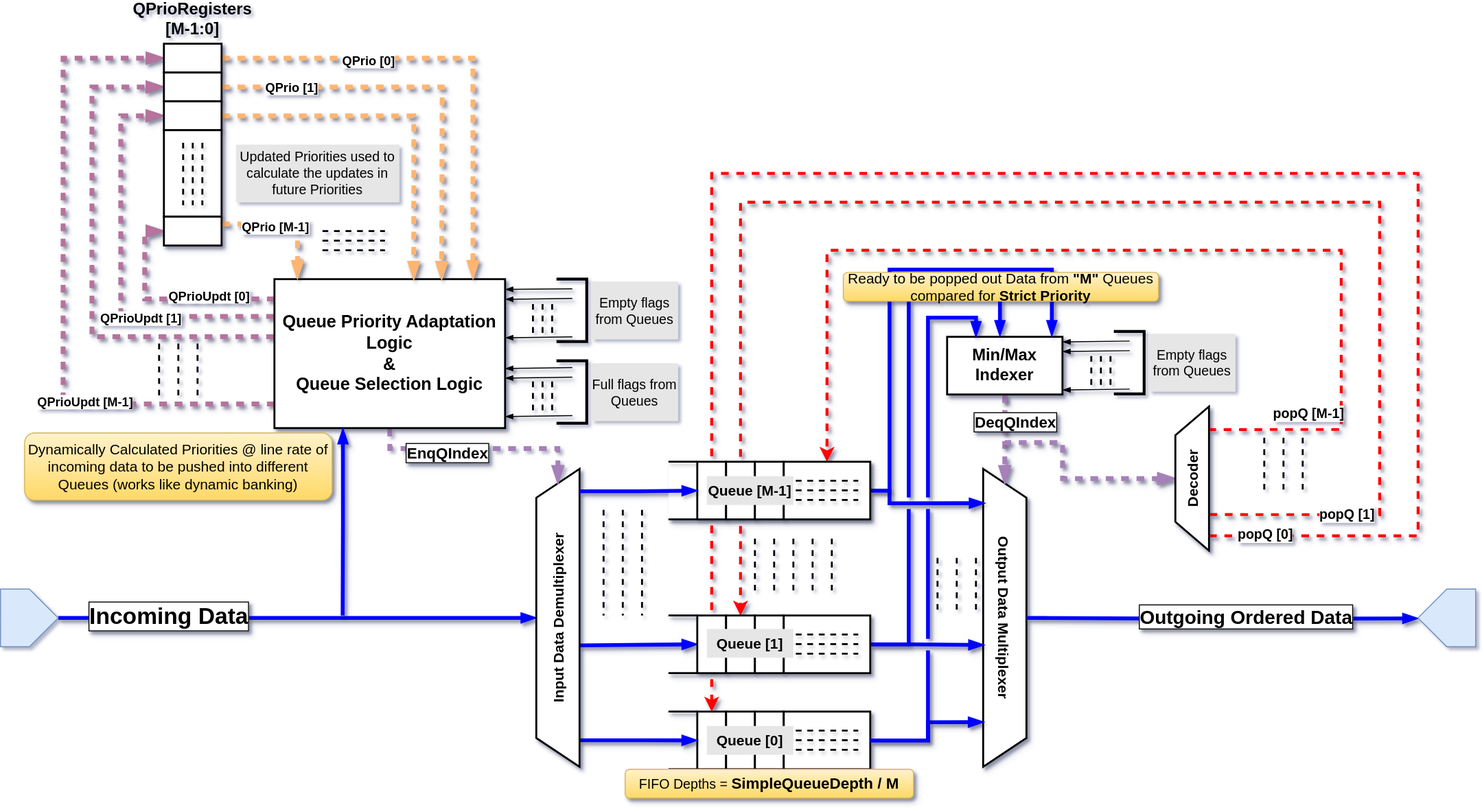
Before: sp-pifo/sp_pifo.svg, a diagram exported from draw.io (bhanupande/hwarch-tryouts). Source tidied: cells renumbered, new cells last; positions are measured from the earlier drawing's top-left corner, leaving out a move shared by most shapes.
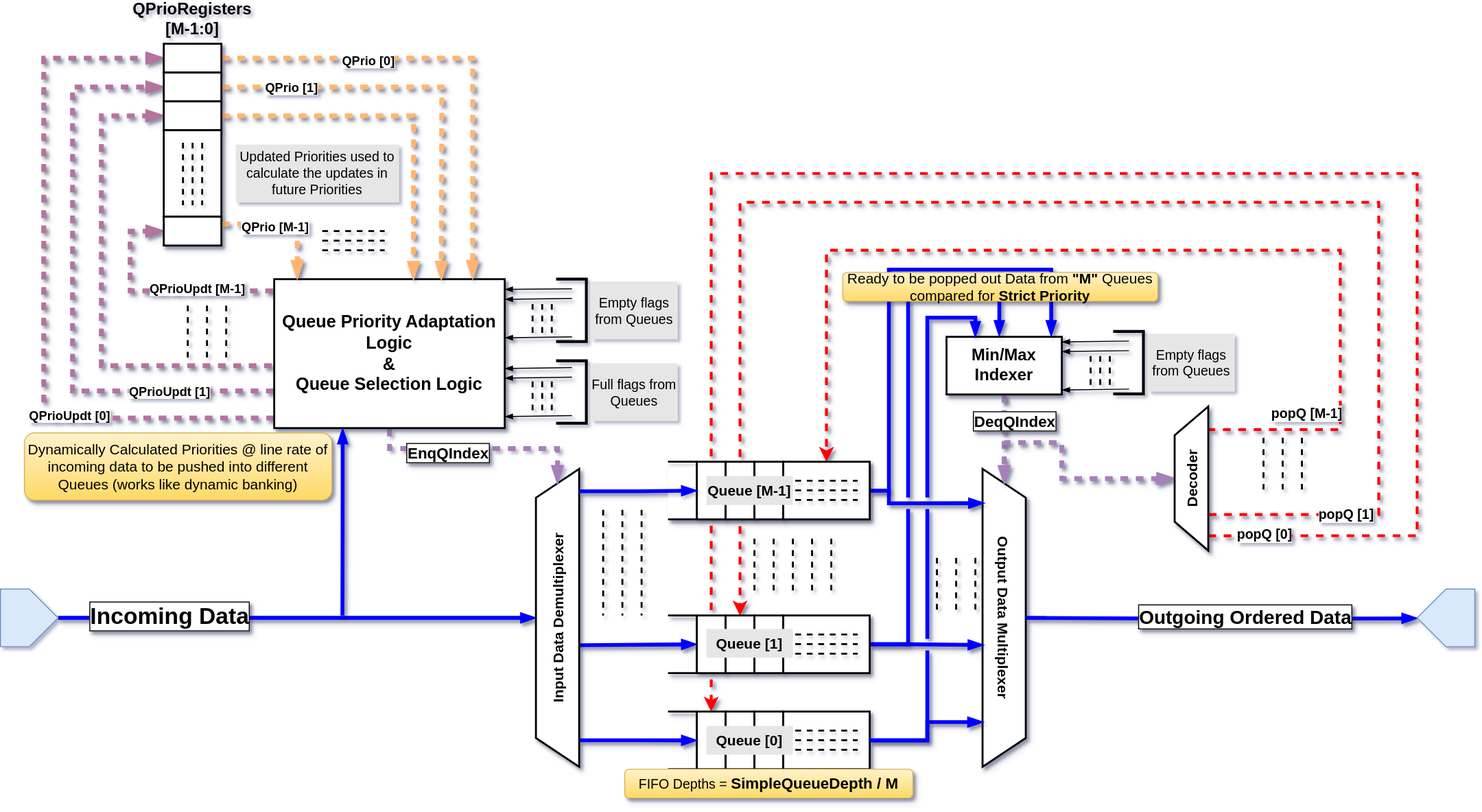
Later version of the same file.

Commit message:
Corrected figures

What changed in the source:
```diff
@@ -189,44 +189,50 @@
     <mxCell id="36" value="Input Data Demultiplexer" style="shape=trapezoid;perimeter=trapezoidPerimeter;whiteSpace=wrap;html=1;fixedSize=1;rotation=-90;size=30;shadow=1;fontSize=15;fontStyle=1;strokeWidth=2;" parent="1" vertex="1">
       <mxGeometry x="425" y="620" width="310" height="45" as="geometry" />
     </mxCell>
-    <mxCell id="37" style="edgeStyle=orthogonalEdgeStyle;rounded=0;jettySize=auto;html=1;exitX=0.003;exitY=0.133;exitDx=0;exitDy=0;entryX=0.5;entryY=1;entryDx=0;entryDy=0;exitPerimeter=0;endArrow=blockThin;endFill=1;strokeColor=#B5739D;strokeWidth=5;flowAnimation=1;shadow=1;" parent="1" edge="1" source="46" target="120">
-      <mxGeometry relative="1" as="geometry" />
+    <mxCell id="37" style="edgeStyle=orthogonalEdgeStyle;rounded=0;jettySize=auto;html=1;exitX=-0.003;exitY=0.079;exitDx=0;exitDy=0;entryX=0.5;entryY=1;entryDx=0;entryDy=0;exitPerimeter=0;endArrow=blockThin;endFill=1;strokeColor=#B5739D;strokeWidth=5;flowAnimation=1;shadow=1;" parent="1" edge="1" source="46" target="120">
+      <mxGeometry relative="1" as="geometry">
+        <Array as="points">
+          <mxPoint x="135" y="302" />
+          <mxPoint x="135" y="240" />
+        </Array>
+      </mxGeometry>
     </mxCell>
-    <mxCell id="38" value="&lt;b style=&quot;font-size: 13px;&quot;&gt;QPrioUpdt [0&lt;/b&gt;&lt;b style=&quot;background-color: light-dark(#ffffff, var(--ge-dark-color, #121212)); color: light-dark(rgb(0, 0, 0), rgb(255, 255, 255)); font-size: 13px;&quot;&gt;]&lt;/b&gt;" style="edgeLabel;html=1;align=center;verticalAlign=middle;" parent="37" vertex="1">
+    <mxCell id="38" value="&lt;b style=&quot;font-size: 13px;&quot;&gt;QPrioUpdt [M-1&lt;/b&gt;&lt;b style=&quot;background-color: light-dark(#ffffff, var(--ge-dark-color, #121212)); color: light-dark(rgb(0, 0, 0), rgb(255, 255, 255)); font-size: 13px;&quot;&gt;]&lt;/b&gt;" style="edgeLabel;html=1;align=center;verticalAlign=middle;" parent="37" vertex="1">
       <mxGeometry x="-0.04" relative="1" as="geometry">
         <mxPoint x="38" y="-3" as="offset" />
       </mxGeometry>
     </mxCell>
-    <mxCell id="39" style="edgeStyle=orthogonalEdgeStyle;rounded=0;jettySize=auto;html=1;exitX=0;exitY=0.25;exitDx=0;exitDy=0;entryX=0.5;entryY=1;entryDx=0;entryDy=0;endArrow=blockThin;endFill=1;strokeColor=#B5739D;strokeWidth=5;flowAnimation=1;shadow=1;" parent="1" edge="1" source="46" target="115">
+    <mxCell id="39" style="edgeStyle=orthogonalEdgeStyle;rounded=0;jettySize=auto;html=1;entryX=0.5;entryY=1;entryDx=0;entryDy=0;endArrow=blockThin;endFill=1;strokeColor=#B5739D;strokeWidth=5;flowAnimation=1;shadow=1;" parent="1" edge="1" target="115">
       <mxGeometry relative="1" as="geometry">
+        <mxPoint x="283" y="380" as="sourcePoint" />
         <Array as="points">
-          <mxPoint x="125" y="329" />
-          <mxPoint x="125" y="120" />
+          <mxPoint x="105" y="380" />
+          <mxPoint x="105" y="120" />
         </Array>
       </mxGeometry>
     </mxCell>
+    <mxCell id="41" style="edgeStyle=orthogonalEdgeStyle;rounded=0;jettySize=auto;html=1;exitX=0;exitY=0.75;exitDx=0;exitDy=0;entryX=0.5;entryY=1;entryDx=0;entryDy=0;endArrow=blockThin;endFill=1;strokeColor=#B5739D;strokeWidth=5;flowAnimation=1;shadow=1;" parent="1" edge="1" source="46" target="114">
+      <mxGeometry relative="1" as="geometry">
+        <Array as="points">
+          <mxPoint x="75" y="406" />
+          <mxPoint x="75" y="90" />
+        </Array>
+      </mxGeometry>
+    </mxCell>
-    <mxCell id="40" value="&lt;b style=&quot;font-size: 13px;&quot;&gt;QPrioUpdt [1]&lt;/b&gt;" style="edgeLabel;html=1;align=center;verticalAlign=middle;" parent="39" vertex="1">
-      <mxGeometry x="-0.51" y="-3" relative="1" as="geometry">
-        <mxPoint x="-38" y="4" as="offset" />
+    <mxCell id="40" value="&lt;b style=&quot;font-size: 13px;&quot;&gt;QPrioUpdt [1]&lt;/b&gt;" style="edgeLabel;html=1;align=center;verticalAlign=middle;" parent="41" vertex="1">
+      <mxGeometry x="-0.56" y="-2" relative="1" as="geometry">
+        <mxPoint x="28" y="2" as="offset" />
       </mxGeometry>
     </mxCell>
-    <mxCell id="41" style="edgeStyle=orthogonalEdgeStyle;rounded=0;jettySize=auto;html=1;exitX=0;exitY=0.386;exitDx=0;exitDy=0;entryX=0.5;entryY=1;entryDx=0;entryDy=0;exitPerimeter=0;endArrow=blockThin;endFill=1;strokeColor=#B5739D;strokeWidth=5;flowAnimation=1;shadow=1;" parent="1" edge="1" source="46" target="114">
-      <mxGeometry relative="1" as="geometry">
-        <Array as="points">
-          <mxPoint x="95" y="350" />
-          <mxPoint x="95" y="90" />
-        </Array>
-      </mxGeometry>
-    </mxCell>
-    <mxCell id="42" style="edgeStyle=orthogonalEdgeStyle;rounded=0;jettySize=auto;html=1;exitX=0.003;exitY=0.838;exitDx=0;exitDy=0;entryX=0.5;entryY=1;entryDx=0;entryDy=0;exitPerimeter=0;endArrow=blockThin;endFill=1;strokeColor=#B5739D;strokeWidth=5;flowAnimation=1;shadow=1;" parent="1" edge="1" source="46" target="113">
+    <mxCell id="42" style="edgeStyle=orthogonalEdgeStyle;rounded=0;jettySize=auto;html=1;exitX=0.001;exitY=0.932;exitDx=0;exitDy=0;entryX=0.5;entryY=1;entryDx=0;entryDy=0;exitPerimeter=0;endArrow=blockThin;endFill=1;strokeColor=#B5739D;strokeWidth=5;flowAnimation=1;shadow=1;" parent="1" edge="1" source="46" target="113">
       <mxGeometry relative="1" as="geometry">
         <Array as="points">
-          <mxPoint x="65" y="420" />
-          <mxPoint x="65" y="60" />
+          <mxPoint x="45" y="435" />
+          <mxPoint x="45" y="60" />
         </Array>
       </mxGeometry>
     </mxCell>
-    <mxCell id="43" value="&lt;font style=&quot;font-size: 13px;&quot;&gt;&lt;b&gt;QPrioUpdt [M-1]&lt;/b&gt;&lt;/font&gt;" style="edgeLabel;html=1;align=center;verticalAlign=middle;" parent="42" vertex="1">
+    <mxCell id="43" value="&lt;font style=&quot;font-size: 13px;&quot;&gt;&lt;b&gt;QPrioUpdt [0]&lt;/b&gt;&lt;/font&gt;" style="edgeLabel;html=1;align=center;verticalAlign=middle;" parent="42" vertex="1">
       <mxGeometry x="-0.42" y="-3" relative="1" as="geometry" />
     </mxCell>
     <mxCell id="44" style="edgeStyle=orthogonalEdgeStyle;rounded=0;jettySize=auto;html=1;exitX=0.5;exitY=1;exitDx=0;exitDy=0;endArrow=blockThin;endFill=1;strokeWidth=5;strokeColor=#A680B8;flowAnimation=1;" parent="1" edge="1" source="46" target="36">
@@ -374,20 +380,20 @@
     </mxCell>
     <mxCell id="73" style="endArrow=none;dashed=1;html=1;rounded=0;strokeWidth=2;" parent="1" edge="1">
       <mxGeometry relative="1" as="geometry">
-        <mxPoint x="165" y="357" as="sourcePoint" />
-        <mxPoint x="165" y="417" as="targetPoint" />
+        <mxPoint x="195" y="317.5" as="sourcePoint" />
+        <mxPoint x="195" y="377.5" as="targetPoint" />
       </mxGeometry>
     </mxCell>
     <mxCell id="74" style="endArrow=none;dashed=1;html=1;rounded=0;strokeWidth=2;" parent="1" edge="1">
       <mxGeometry relative="1" as="geometry">
-        <mxPoint x="185" y="357" as="sourcePoint" />
-        <mxPoint x="185" y="417" as="targetPoint" />
+        <mxPoint x="215" y="317.5" as="sourcePoint" />
+        <mxPoint x="215" y="377.5" as="targetPoint" />
       </mxGeometry>
     </mxCell>
     <mxCell id="75" style="endArrow=none;dashed=1;html=1;rounded=0;strokeWidth=2;" parent="1" edge="1">
       <mxGeometry relative="1" as="geometry">
-        <mxPoint x="205" y="357" as="sourcePoint" />
-        <mxPoint x="205" y="417" as="targetPoint" />
+        <mxPoint x="235" y="317.5" as="sourcePoint" />
+        <mxPoint x="235" y="377.5" as="targetPoint" />
       </mxGeometry>
     </mxCell>
     <mxCell id="76" style="endArrow=none;dashed=1;html=1;rounded=0;strokeWidth=2;" parent="1" edge="1">
```
